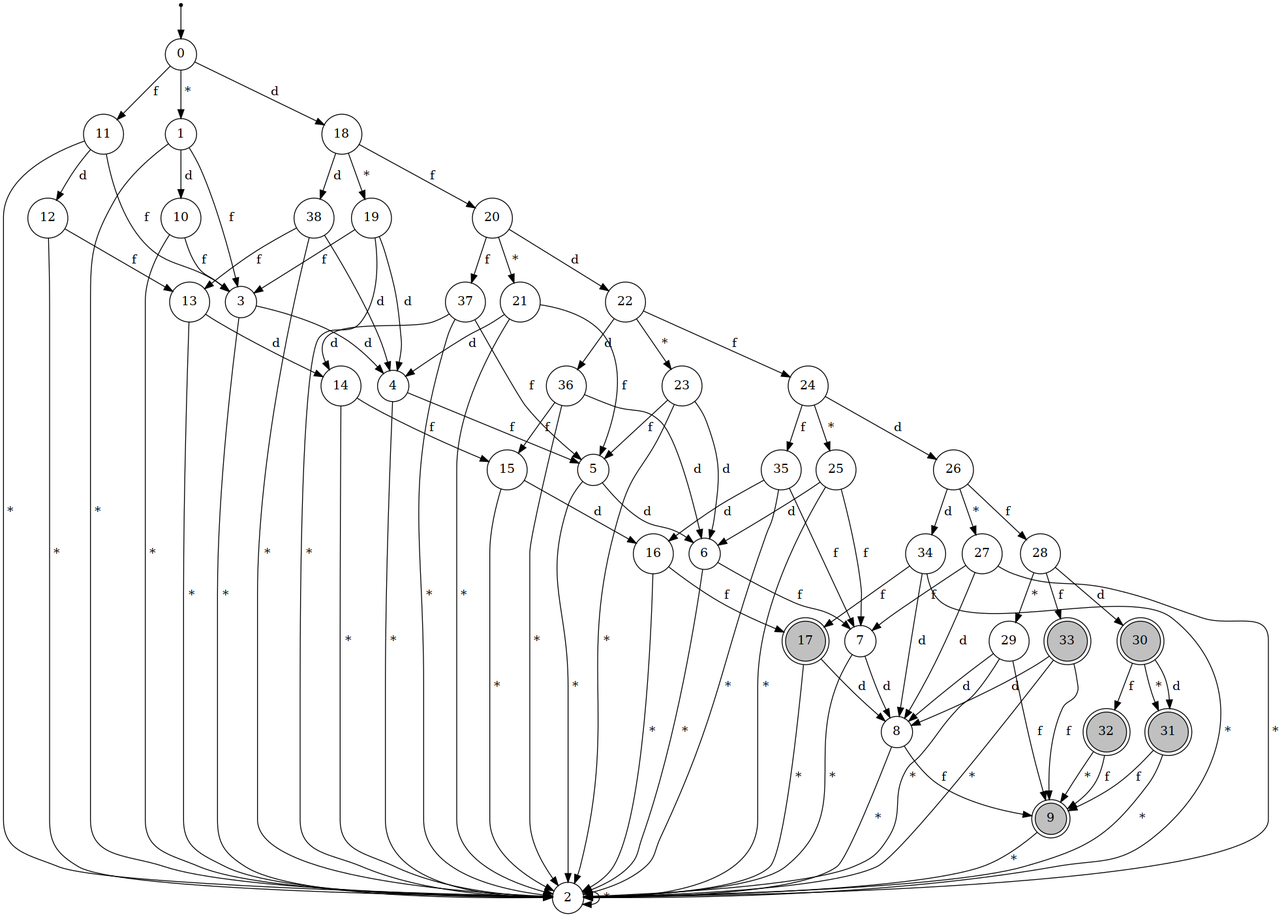
This is graphs/poc_lev.png from lucasll37/CTC-34, a Graphviz export, as it was before one commit. Its source is kept beside it as graphs/graphViz/poc_lev.dot.
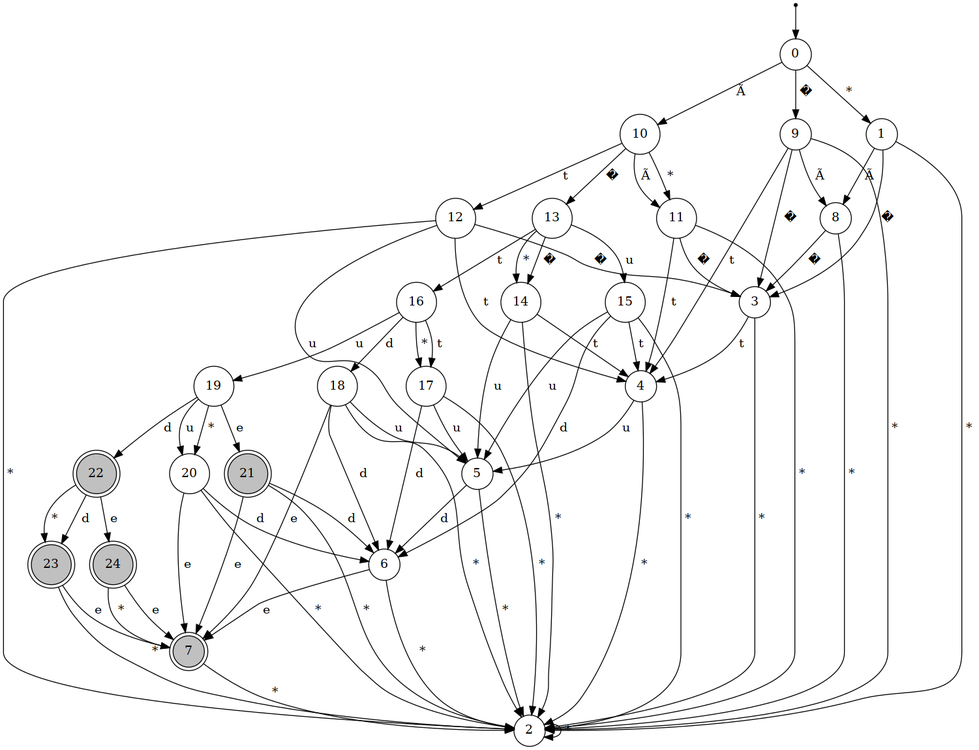
Later version of the same file.

The edit, as a diff of the source:
```diff
@@ -1,12 +1,12 @@
 digraph G {
 	rankdir=TB;
+charset="utf8";
 	node [shape = doublecircle];
-	9 [style=filled fillcolor=gray];
-	17 [style=filled fillcolor=gray];
-	30 [style=filled fillcolor=gray];
-	31 [style=filled fillcolor=gray];
-	32 [style=filled fillcolor=gray];
-	33 [style=filled fillcolor=gray];
+	7 [style=filled fillcolor=gray];
+	21 [style=filled fillcolor=gray];
+	22 [style=filled fillcolor=gray];
+	23 [style=filled fillcolor=gray];
+	24 [style=filled fillcolor=gray];
 	node [shape = circle];
 ini [shape=point];
 ini -> 0;
@@ -17,95 +17,69 @@
 	5 -> 2 [label=" * "];
 	6 -> 2 [label=" * "];
 	7 -> 2 [label=" * "];
+	6 -> 7 [label=" e "];
+	5 -> 6 [label=" d "];
+	4 -> 5 [label=" u "];
+	3 -> 4 [label=" t "];
+	1 -> 3 [label=" © "];
 	8 -> 2 [label=" * "];
+	8 -> 3 [label=" © "];
+	1 -> 8 [label=" Ã "];
+	0 -> 1 [label=" * "];
 	9 -> 2 [label=" * "];
-	8 -> 9 [label=" f "];
-	7 -> 8 [label=" d "];
-	6 -> 7 [label=" f "];
-	5 -> 6 [label=" d "];
-	4 -> 5 [label=" f "];
-	3 -> 4 [label=" d "];
-	1 -> 3 [label=" f "];
-	10 -> 2 [label=" * "];
-	10 -> 3 [label=" f "];
-	1 -> 10 [label=" d "];
-	0 -> 1 [label=" * "];
+	9 -> 4 [label=" t "];
+	9 -> 3 [label=" © "];
+	9 -> 8 [label=" Ã "];
+	0 -> 9 [label=" © "];
 	11 -> 2 [label=" * "];
-	11 -> 3 [label=" f "];
+	11 -> 4 [label=" t "];
+	11 -> 3 [label=" © "];
+	10 -> 11 [label=" * "];
 	12 -> 2 [label=" * "];
-	13 -> 2 [label=" * "];
+	12 -> 5 [label=" u "];
+	12 -> 4 [label=" t "];
+	12 -> 3 [label=" © "];
+	10 -> 12 [label=" t "];
 	14 -> 2 [label=" * "];
+	14 -> 5 [label=" u "];
+	14 -> 4 [label=" t "];
+	13 -> 14 [label=" * "];
 	15 -> 2 [label=" * "];
-	16 -> 2 [label=" * "];
+	15 -> 6 [label=" d "];
+	15 -> 5 [label=" u "];
+	15 -> 4 [label=" t "];
+	13 -> 15 [label=" u "];
 	17 -> 2 [label=" * "];
-	17 -> 8 [label=" d "];
-	16 -> 17 [label=" f "];
-	15 -> 16 [label=" d "];
-	14 -> 15 [label=" f "];
-	13 -> 14 [label=" d "];
-	12 -> 13 [label=" f "];
-	11 -> 12 [label=" d "];
-	0 -> 11 [label=" f "];
-	19 -> 2 [label=" * "];
-	19 -> 4 [label=" d "];
-	19 -> 3 [label=" f "];
-	18 -> 19 [label=" * "];
+	17 -> 6 [label=" d "];
+	17 -> 5 [label=" u "];
+	16 -> 17 [label=" * "];
+	18 -> 2 [label=" * "];
+	18 -> 7 [label=" e "];
+	18 -> 6 [label=" d "];
+	18 -> 5 [label=" u "];
+	16 -> 18 [label=" d "];
+	20 -> 2 [label=" * "];
+	20 -> 7 [label=" e "];
+	20 -> 6 [label=" d "];
+	19 -> 20 [label=" * "];
 	21 -> 2 [label=" * "];
-	21 -> 5 [label=" f "];
-	21 -> 4 [label=" d "];
-	20 -> 21 [label=" * "];
+	21 -> 7 [label=" e "];
+	21 -> 6 [label=" d "];
+	19 -> 21 [label=" e "];
 	23 -> 2 [label=" * "];
-	23 -> 6 [label=" d "];
-	23 -> 5 [label=" f "];
+	23 -> 7 [label=" e "];
 	22 -> 23 [label=" * "];
-	25 -> 2 [label=" * "];
-	25 -> 7 [label=" f "];
-	25 -> 6 [label=" d "];
-	24 -> 25 [label=" * "];
-	27 -> 2 [label=" * "];
-	27 -> 8 [label=" d "];
-	27 -> 7 [label=" f "];
-	26 -> 27 [label=" * "];
-	29 -> 2 [label=" * "];
-	29 -> 9 [label=" f "];
-	29 -> 8 [label=" d "];
-	28 -> 29 [label=" * "];
-	31 -> 2 [label=" * "];
-	31 -> 9 [label=" f "];
-	30 -> 31 [label=" * "];
-	32 -> 9 [label=" * "];
-	32 -> 9 [label=" f "];
-	30 -> 32 [label=" f "];
-	30 -> 31 [label=" d "];
-	28 -> 30 [label=" d "];
-	33 -> 2 [label=" * "];
-	33 -> 9 [label=" f "];
-	33 -> 8 [label=" d "];
-	28 -> 33 [label=" f "];
-	26 -> 28 [label=" f "];
-	34 -> 2 [label=" * "];
-	34 -> 8 [label=" d "];
-	34 -> 17 [label=" f "];
-	26 -> 34 [label=" d "];
-	24 -> 26 [label=" d "];
-	35 -> 2 [label=" * "];
-	35 -> 7 [label=" f "];
-	35 -> 16 [label=" d "];
-	24 -> 35 [label=" f "];
-	22 -> 24 [label=" f "];
-	36 -> 2 [label=" * "];
-	36 -> 6 [label=" d "];
-	36 -> 15 [label=" f "];
-	22 -> 36 [label=" d "];
-	20 -> 22 [label=" d "];
-	37 -> 2 [label=" * "];
-	37 -> 5 [label=" f "];
-	37 -> 14 [label=" d "];
-	20 -> 37 [label=" f "];
-	18 -> 20 [label=" f "];
-	38 -> 2 [label=" * "];
-	38 -> 4 [label=" d "];
-	38 -> 13 [label=" f "];
-	18 -> 38 [label=" d "];
-	0 -> 18 [label=" d "];
+	24 -> 7 [label=" * "];
+	24 -> 7 [label=" e "];
+	22 -> 24 [label=" e "];
+	22 -> 23 [label=" d "];
+	19 -> 22 [label=" d "];
+	19 -> 20 [label=" u "];
+	16 -> 19 [label=" u "];
+	16 -> 17 [label=" t "];
+	13 -> 16 [label=" t "];
+	13 -> 14 [label=" © "];
+	10 -> 13 [label=" © "];
+	10 -> 11 [label=" Ã "];
+	0 -> 10 [label=" Ã "];
 }
```
